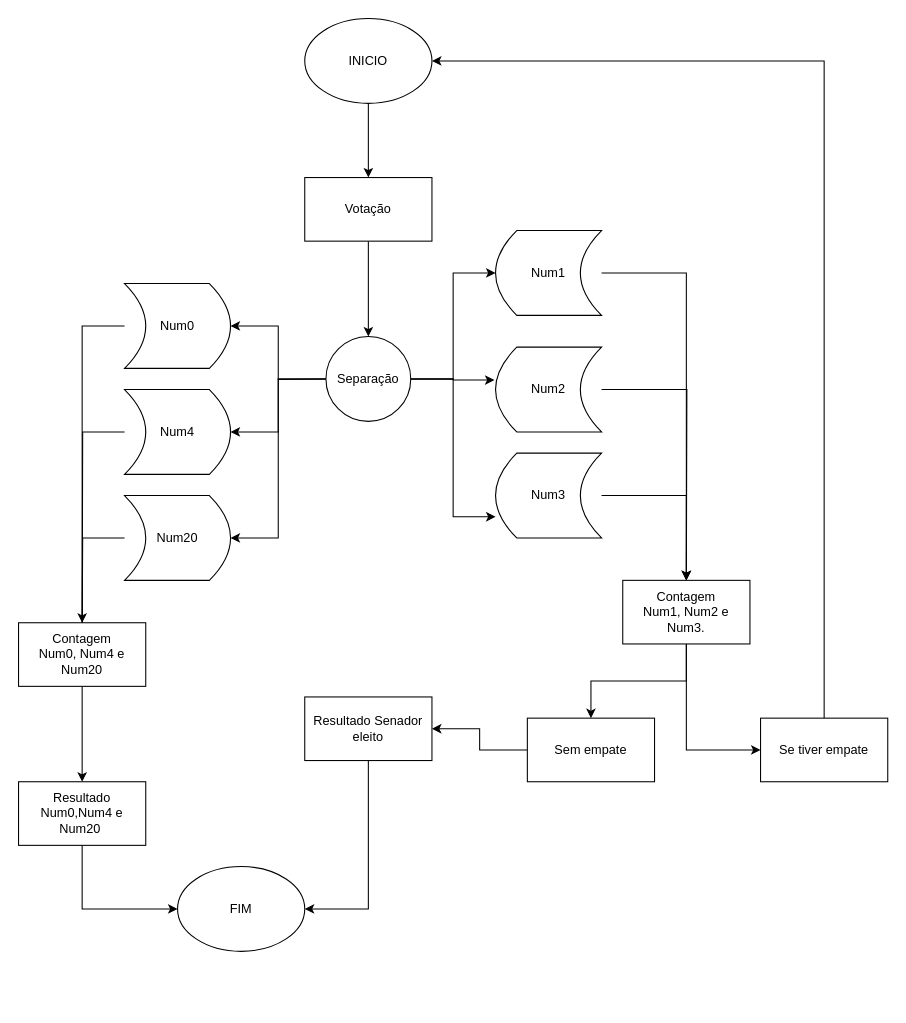
The draw.io diagram Diagrama sem nome.drawio in Niel0000/aprendizagem, before the edit. Source tidied: cells renumbered, new cells numbered last; positions are measured from the earlier drawing's top-left corner, leaving out a move shared by most shapes. Both pictures are drawn from the tidied source at 106%, with x=0, y=0 at pixel (18, 18).
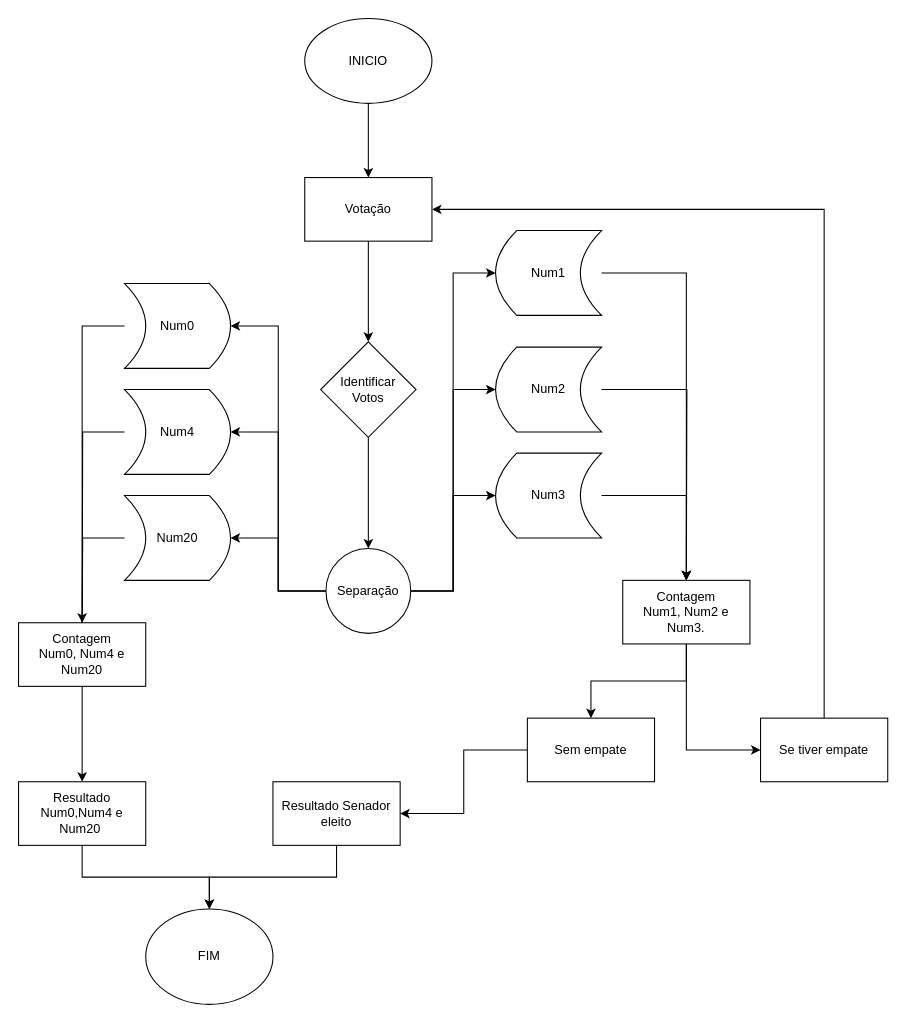
After the change.

Unchanged cells that the change refers to:
```xml
<mxCell id="3" value="INICIO" style="ellipse;whiteSpace=wrap;html=1;" parent="1" vertex="1">
  <mxGeometry x="270" width="120" height="80" as="geometry" />
</mxCell>
<mxCell id="5" value="Votação" style="rounded=0;whiteSpace=wrap;html=1;" parent="1" vertex="1">
  <mxGeometry x="270" y="150" width="120" height="60" as="geometry" />
</mxCell>
<mxCell id="7" value="Num1" style="shape=dataStorage;whiteSpace=wrap;html=1;fixedSize=1;" parent="1" vertex="1">
  <mxGeometry x="450" y="200" width="100" height="80" as="geometry" />
</mxCell>
<mxCell id="9" value="Num2" style="shape=dataStorage;whiteSpace=wrap;html=1;fixedSize=1;" parent="1" vertex="1">
  <mxGeometry x="450" y="310" width="100" height="80" as="geometry" />
</mxCell>
<mxCell id="11" value="Num3" style="shape=dataStorage;whiteSpace=wrap;html=1;fixedSize=1;" parent="1" vertex="1">
  <mxGeometry x="450" y="410" width="100" height="80" as="geometry" />
</mxCell>
<mxCell id="20" value="Num4" style="shape=dataStorage;whiteSpace=wrap;html=1;fixedSize=1;direction=west;" parent="1" vertex="1">
  <mxGeometry x="100" y="350" width="100" height="80" as="geometry" />
</mxCell>
<mxCell id="22" value="Num0" style="shape=dataStorage;whiteSpace=wrap;html=1;fixedSize=1;direction=west;" parent="1" vertex="1">
  <mxGeometry x="100" y="250" width="100" height="80" as="geometry" />
</mxCell>
<mxCell id="33" value="Resultado&lt;div&gt;&lt;span style=&quot;background-color: transparent; color: light-dark(rgb(0, 0, 0), rgb(255, 255, 255));&quot;&gt;Num0,Num4 e&lt;/span&gt;&lt;/div&gt;&lt;div&gt;&lt;span style=&quot;background-color: transparent; color: light-dark(rgb(0, 0, 0), rgb(255, 255, 255));&quot;&gt;Num20&amp;nbsp;&lt;/span&gt;&lt;/div&gt;" style="rounded=0;whiteSpace=wrap;html=1;" parent="1" vertex="1">
  <mxGeometry y="720" width="120" height="60" as="geometry" />
</mxCell>
<mxCell id="36" value="Se tiver empate" style="rounded=0;whiteSpace=wrap;html=1;" parent="1" vertex="1">
  <mxGeometry x="700" y="660" width="120" height="60" as="geometry" />
</mxCell>
```

Diff of the diagram source:
```diff
@@
-    <mxCell id="4" style="edgeStyle=orthogonalEdgeStyle;rounded=0;jettySize=auto;html=1;" parent="1" edge="1" source="5" target="17">
-      <mxGeometry relative="1" as="geometry" />
-    </mxCell>
+    <mxCell id="39" style="edgeStyle=orthogonalEdgeStyle;rounded=0;jettySize=auto;html=1;exitX=0.5;exitY=1;exitDx=0;exitDy=0;" parent="1" edge="1" source="5" target="42">
+      <mxGeometry relative="1" as="geometry" />
+    </mxCell>
@@
-    <mxCell id="12" style="edgeStyle=orthogonalEdgeStyle;rounded=0;jettySize=auto;html=1;exitX=1;exitY=0.5;exitDx=0;exitDy=0;entryX=0;entryY=0.5;entryDx=0;entryDy=0;" parent="1" edge="1" source="17" target="7">
-      <mxGeometry relative="1" as="geometry" />
-    </mxCell>
-    <mxCell id="13" style="edgeStyle=orthogonalEdgeStyle;rounded=0;jettySize=auto;html=1;exitX=1;exitY=0.5;exitDx=0;exitDy=0;entryX=0;entryY=0.75;entryDx=0;entryDy=0;" parent="1" edge="1" source="17" target="11">
-      <mxGeometry relative="1" as="geometry" />
-    </mxCell>
-    <mxCell id="14" style="edgeStyle=orthogonalEdgeStyle;rounded=0;jettySize=auto;html=1;entryX=0;entryY=0.5;entryDx=0;entryDy=0;" parent="1" edge="1" target="22">
-      <mxGeometry relative="1" as="geometry">
-        <mxPoint x="290" y="340" as="sourcePoint" />
-      </mxGeometry>
-    </mxCell>
-    <mxCell id="15" style="edgeStyle=orthogonalEdgeStyle;rounded=0;jettySize=auto;html=1;exitX=0;exitY=0.5;exitDx=0;exitDy=0;entryX=0;entryY=0.5;entryDx=0;entryDy=0;" parent="1" edge="1" source="17" target="20">
-      <mxGeometry relative="1" as="geometry" />
-    </mxCell>
@@
-    <mxCell id="17" value="Separação" style="ellipse;whiteSpace=wrap;html=1;" parent="1" vertex="1">
-      <mxGeometry x="290" y="300" width="80" height="80" as="geometry" />
-    </mxCell>
-    <mxCell id="18" style="edgeStyle=orthogonalEdgeStyle;rounded=0;jettySize=auto;html=1;entryX=-0.01;entryY=0.388;entryDx=0;entryDy=0;entryPerimeter=0;" parent="1" edge="1" source="17" target="9">
-      <mxGeometry relative="1" as="geometry" />
-    </mxCell>
@@
-    <mxCell id="30" style="edgeStyle=orthogonalEdgeStyle;rounded=0;jettySize=auto;html=1;exitX=0.5;exitY=1;exitDx=0;exitDy=0;entryX=1;entryY=0.5;entryDx=0;entryDy=0;" parent="1" edge="1" source="31" target="34">
+    <mxCell id="30" style="edgeStyle=orthogonalEdgeStyle;rounded=0;jettySize=auto;html=1;exitX=0.5;exitY=1;exitDx=0;exitDy=0;entryX=0.5;entryY=0;entryDx=0;entryDy=0;" parent="1" edge="1" source="31" target="34">
       <mxGeometry relative="1" as="geometry" />
     </mxCell>
     <mxCell id="31" value="Resultado Senador&lt;div&gt;eleito&lt;/div&gt;" style="rounded=0;whiteSpace=wrap;html=1;" parent="1" vertex="1">
-      <mxGeometry x="270" y="640" width="120" height="60" as="geometry" />
+      <mxGeometry x="240" y="720" width="120" height="60" as="geometry" />
     </mxCell>
-    <mxCell id="32" style="edgeStyle=orthogonalEdgeStyle;rounded=0;jettySize=auto;html=1;exitX=0.5;exitY=1;exitDx=0;exitDy=0;entryX=0;entryY=0.5;entryDx=0;entryDy=0;" parent="1" edge="1" source="33" target="34">
+    <mxCell id="32" style="edgeStyle=orthogonalEdgeStyle;rounded=0;jettySize=auto;html=1;exitX=0.5;exitY=1;exitDx=0;exitDy=0;" parent="1" edge="1" source="33" target="34">
       <mxGeometry relative="1" as="geometry" />
     </mxCell>
@@
     <mxCell id="34" value="FIM" style="ellipse;whiteSpace=wrap;html=1;" parent="1" vertex="1">
-      <mxGeometry x="150" y="800" width="120" height="80" as="geometry" />
+      <mxGeometry x="120" y="840" width="120" height="90" as="geometry" />
     </mxCell>
-    <mxCell id="35" style="edgeStyle=orthogonalEdgeStyle;rounded=0;jettySize=auto;html=1;exitX=0.5;exitY=0;exitDx=0;exitDy=0;entryX=1;entryY=0.5;entryDx=0;entryDy=0;" parent="1" edge="1" source="36" target="3">
+    <mxCell id="35" style="edgeStyle=orthogonalEdgeStyle;rounded=0;jettySize=auto;html=1;exitX=0.5;exitY=0;exitDx=0;exitDy=0;entryX=1;entryY=0.5;entryDx=0;entryDy=0;" parent="1" edge="1" source="36" target="5">
       <mxGeometry relative="1" as="geometry" />
     </mxCell>
@@
+    <mxCell id="13" style="edgeStyle=orthogonalEdgeStyle;rounded=0;jettySize=auto;html=1;exitX=1;exitY=0.5;exitDx=0;exitDy=0;entryX=0;entryY=0.5;entryDx=0;entryDy=0;" parent="1" edge="1" source="17" target="11">
+      <mxGeometry relative="1" as="geometry" />
+    </mxCell>
+    <mxCell id="18" style="edgeStyle=orthogonalEdgeStyle;rounded=0;jettySize=auto;html=1;exitX=1;exitY=0.5;exitDx=0;exitDy=0;entryX=0;entryY=0.5;entryDx=0;entryDy=0;" parent="1" edge="1" source="17" target="9">
+      <mxGeometry relative="1" as="geometry" />
+    </mxCell>
+    <mxCell id="12" style="edgeStyle=orthogonalEdgeStyle;rounded=0;jettySize=auto;html=1;exitX=1;exitY=0.5;exitDx=0;exitDy=0;entryX=0;entryY=0.5;entryDx=0;entryDy=0;" parent="1" edge="1" source="17" target="7">
+      <mxGeometry relative="1" as="geometry" />
+    </mxCell>
+    <mxCell id="15" style="edgeStyle=orthogonalEdgeStyle;rounded=0;jettySize=auto;html=1;exitX=0;exitY=0.5;exitDx=0;exitDy=0;entryX=0;entryY=0.5;entryDx=0;entryDy=0;" parent="1" edge="1" source="17" target="20">
+      <mxGeometry relative="1" as="geometry" />
+    </mxCell>
+    <mxCell id="40" style="edgeStyle=orthogonalEdgeStyle;rounded=0;jettySize=auto;html=1;exitX=0;exitY=0.5;exitDx=0;exitDy=0;entryX=0;entryY=0.5;entryDx=0;entryDy=0;" parent="1" edge="1" source="17" target="22">
+      <mxGeometry relative="1" as="geometry" />
+    </mxCell>
+    <mxCell id="17" value="Separação" style="ellipse;whiteSpace=wrap;html=1;" parent="1" vertex="1">
+      <mxGeometry x="290" y="500" width="80" height="80" as="geometry" />
+    </mxCell>
+    <mxCell id="41" style="edgeStyle=orthogonalEdgeStyle;rounded=0;jettySize=auto;html=1;exitX=0.5;exitY=1;exitDx=0;exitDy=0;entryX=0.5;entryY=0;entryDx=0;entryDy=0;" parent="1" edge="1" source="42" target="17">
+      <mxGeometry relative="1" as="geometry" />
+    </mxCell>
+    <mxCell id="42" value="Identificar&lt;div&gt;Votos&lt;/div&gt;" style="rhombus;whiteSpace=wrap;html=1;" parent="1" vertex="1">
+      <mxGeometry x="285" y="305" width="90" height="90" as="geometry" />
+    </mxCell>
```
